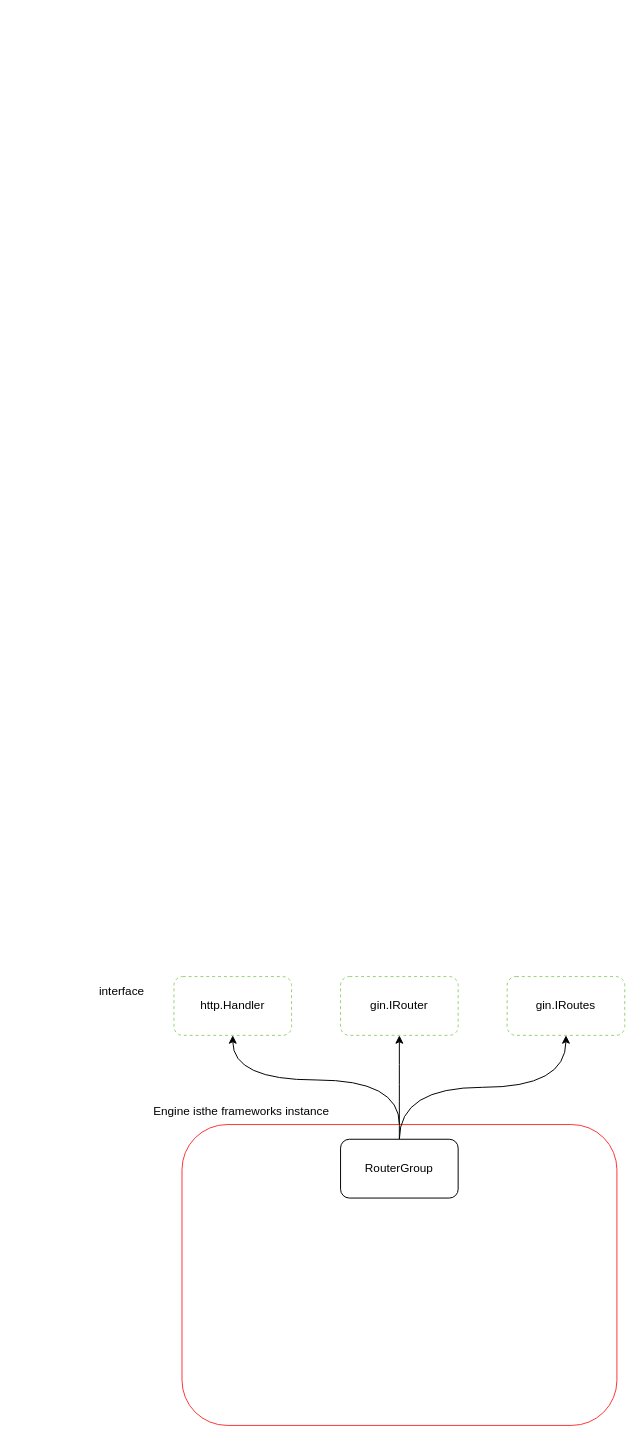
The draw.io diagram go/gin源码.drawio in xmopen/drawio, before the edit. Source tidied: cells renumbered, new cells numbered last; positions are measured from the earlier drawing's top-left corner, leaving out a move shared by most shapes. Both pictures are drawn from the tidied source at 98%, with x=0, y=0 at pixel (92, 976).
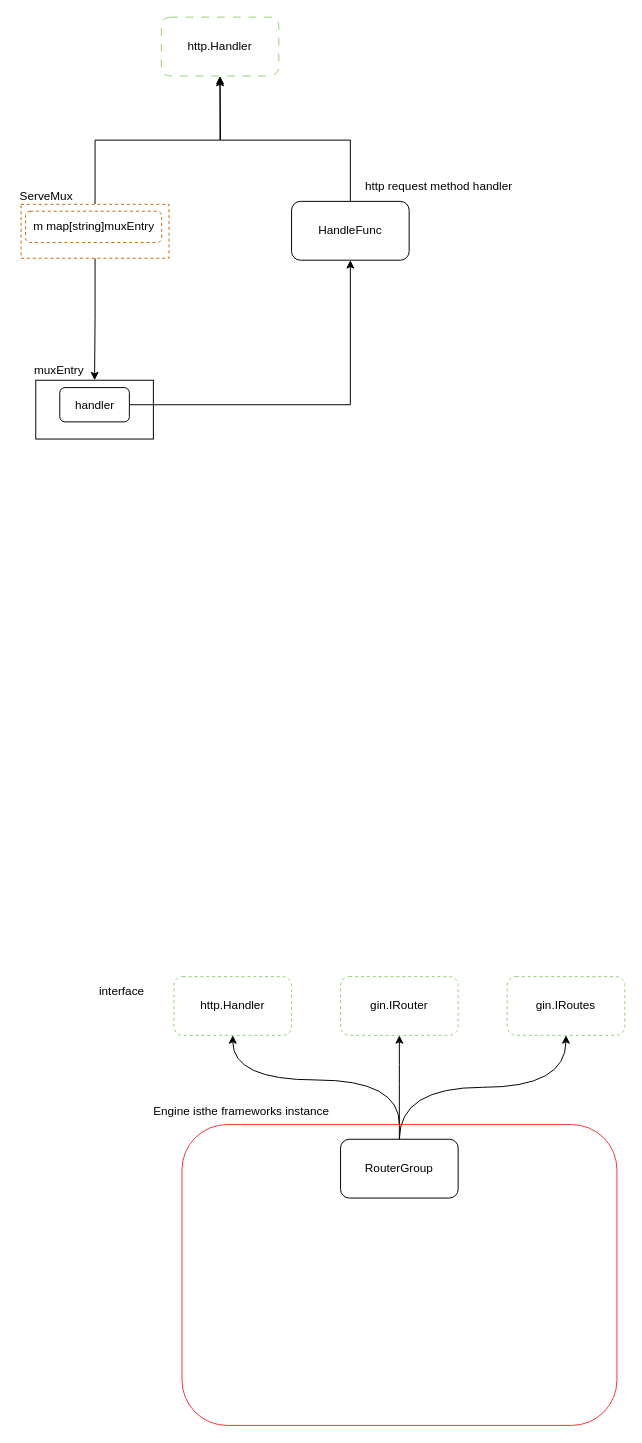
After the change.

What changed in the source:
```diff
@@
+    <mxCell id="12" value="http.Handler" style="rounded=1;whiteSpace=wrap;html=1;dashed=1;dashPattern=8 8;strokeColor=#97D077;" parent="1" vertex="1">
+      <mxGeometry x="70" y="-979" width="120" height="60" as="geometry" />
+    </mxCell>
+    <mxCell id="13" style="edgeStyle=orthogonalEdgeStyle;rounded=0;jettySize=auto;html=1;exitX=0.5;exitY=0;exitDx=0;exitDy=0;" parent="1" edge="1" source="14">
+      <mxGeometry relative="1" as="geometry">
+        <mxPoint x="130" y="-917" as="targetPoint" />
+      </mxGeometry>
+    </mxCell>
+    <mxCell id="14" value="HandleFunc" style="rounded=1;whiteSpace=wrap;html=1;" parent="1" vertex="1">
+      <mxGeometry x="203" y="-791" width="120" height="60" as="geometry" />
+    </mxCell>
+    <mxCell id="15" value="http request method handler" style="text;html=1;strokeColor=none;fillColor=none;align=center;verticalAlign=middle;whiteSpace=wrap;rounded=0;" parent="1" vertex="1">
+      <mxGeometry x="277" y="-820" width="153" height="27" as="geometry" />
+    </mxCell>
+    <mxCell id="16" style="edgeStyle=orthogonalEdgeStyle;rounded=0;jettySize=auto;html=1;exitX=0.5;exitY=0;exitDx=0;exitDy=0;entryX=0.5;entryY=1;entryDx=0;entryDy=0;" parent="1" edge="1" source="18" target="12">
+      <mxGeometry relative="1" as="geometry" />
+    </mxCell>
+    <mxCell id="17" style="edgeStyle=orthogonalEdgeStyle;rounded=0;jettySize=auto;html=1;entryX=0.5;entryY=0;entryDx=0;entryDy=0;" parent="1" edge="1" source="18" target="21">
+      <mxGeometry relative="1" as="geometry" />
+    </mxCell>
+    <mxCell id="18" style="rounded=0;whiteSpace=wrap;html=1;dashed=1;strokeColor=#CC6600;" parent="1" vertex="1">
+      <mxGeometry x="-73" y="-788" width="151" height="55" as="geometry" />
+    </mxCell>
+    <mxCell id="19" value="ServeMux" style="text;html=1;strokeColor=none;fillColor=none;align=center;verticalAlign=middle;whiteSpace=wrap;rounded=0;" parent="1" vertex="1">
+      <mxGeometry x="-77" y="-811" width="60" height="30" as="geometry" />
+    </mxCell>
+    <mxCell id="20" value="m map[string]muxEntry" style="rounded=1;whiteSpace=wrap;html=1;dashed=1;strokeColor=#CC6600;" parent="1" vertex="1">
+      <mxGeometry x="-68.5" y="-781" width="139" height="32" as="geometry" />
+    </mxCell>
+    <mxCell id="21" style="rounded=0;whiteSpace=wrap;html=1;" parent="1" vertex="1">
+      <mxGeometry x="-58" y="-608.5" width="120" height="60" as="geometry" />
+    </mxCell>
+    <mxCell id="22" value="muxEntry" style="text;html=1;strokeColor=none;fillColor=none;align=center;verticalAlign=middle;whiteSpace=wrap;rounded=0;" parent="1" vertex="1">
+      <mxGeometry x="-64" y="-633" width="60" height="30" as="geometry" />
+    </mxCell>
+    <mxCell id="23" style="edgeStyle=orthogonalEdgeStyle;rounded=0;jettySize=auto;html=1;entryX=0.5;entryY=1;entryDx=0;entryDy=0;" parent="1" edge="1" source="24" target="14">
+      <mxGeometry relative="1" as="geometry" />
+    </mxCell>
+    <mxCell id="24" value="handler" style="rounded=1;whiteSpace=wrap;html=1;" parent="1" vertex="1">
+      <mxGeometry x="-33.5" y="-601" width="71" height="35" as="geometry" />
+    </mxCell>
```
